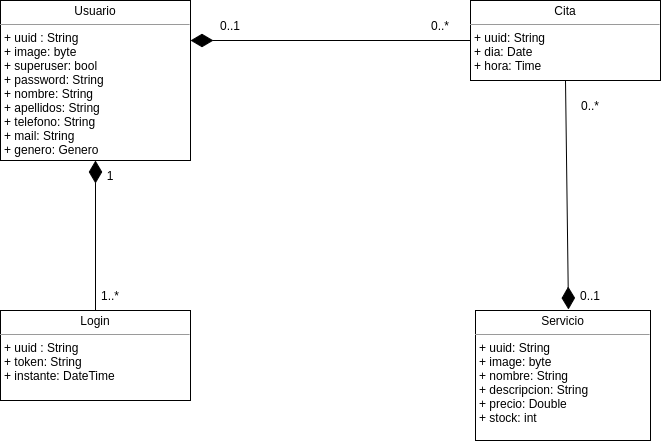
Above: Diagramas/peluqueria.png in Nerd-Geek/PeluqueriaDAM (draw.io), before the change. Source tidied: cells renumbered, new cells last; positions are measured from the earlier drawing's top-left corner, leaving out a move shared by most shapes.
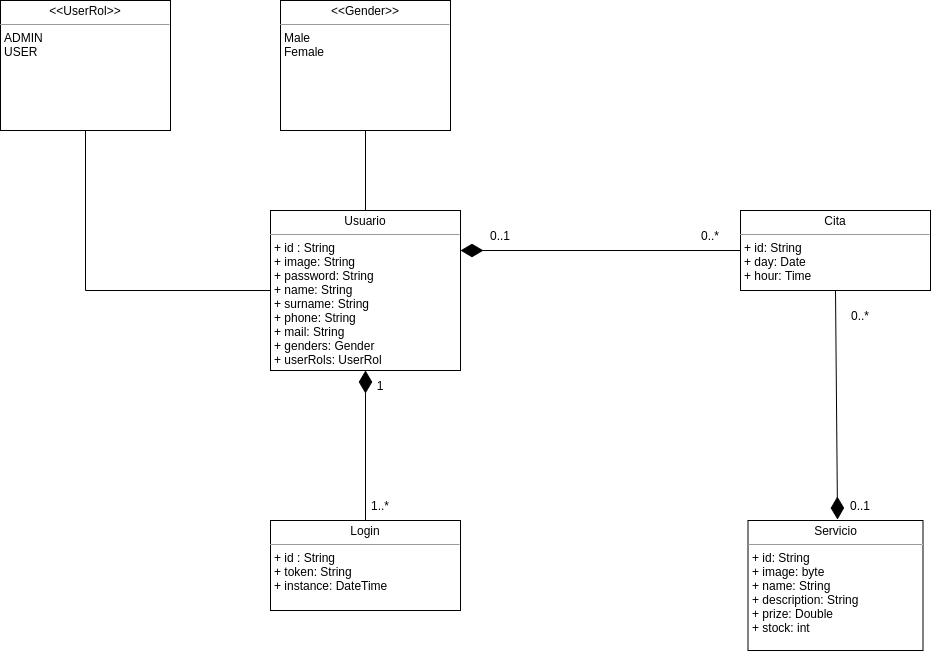
Later version of the same file.

Commit message:
Diagrama modificado

What changed in the source:
```diff
@@ -2,16 +2,16 @@
   <root>
     <mxCell id="0" />
     <mxCell id="1" parent="0" />
-    <mxCell id="2" value="&lt;p style=&quot;margin: 0px ; margin-top: 4px ; text-align: center&quot;&gt;Usuario&lt;/p&gt;&lt;hr size=&quot;1&quot;&gt;&lt;p style=&quot;margin: 0px ; margin-left: 4px&quot;&gt;+ uuid : String&lt;br&gt;&lt;/p&gt;&lt;p style=&quot;margin: 0px ; margin-left: 4px&quot;&gt;+ image: byte&lt;/p&gt;&lt;p style=&quot;margin: 0px ; margin-left: 4px&quot;&gt;+ superuser: bool&lt;/p&gt;&lt;p style=&quot;margin: 0px ; margin-left: 4px&quot;&gt;+ password: String&lt;/p&gt;&lt;p style=&quot;margin: 0px ; margin-left: 4px&quot;&gt;+ nombre: String&lt;/p&gt;&lt;p style=&quot;margin: 0px ; margin-left: 4px&quot;&gt;+ apellidos: String&lt;/p&gt;&lt;p style=&quot;margin: 0px ; margin-left: 4px&quot;&gt;+ telefono: String&lt;/p&gt;&lt;p style=&quot;margin: 0px ; margin-left: 4px&quot;&gt;+ mail: String&lt;/p&gt;&lt;p style=&quot;margin: 0px ; margin-left: 4px&quot;&gt;+ genero: Genero&lt;/p&gt;" style="verticalAlign=top;align=left;overflow=fill;fontSize=12;fontFamily=Helvetica;html=1;rounded=0;shadow=0;comic=0;labelBackgroundColor=none;strokeWidth=1;" parent="1" vertex="1">
+    <mxCell id="2" value="&lt;p style=&quot;margin: 0px ; margin-top: 4px ; text-align: center&quot;&gt;Usuario&lt;/p&gt;&lt;hr size=&quot;1&quot;&gt;&lt;p style=&quot;margin: 0px ; margin-left: 4px&quot;&gt;+ id : String&lt;br&gt;&lt;/p&gt;&lt;p style=&quot;margin: 0px ; margin-left: 4px&quot;&gt;+ image: String&lt;/p&gt;&lt;p style=&quot;margin: 0px ; margin-left: 4px&quot;&gt;+ password: String&lt;/p&gt;&lt;p style=&quot;margin: 0px ; margin-left: 4px&quot;&gt;+ name: String&lt;/p&gt;&lt;p style=&quot;margin: 0px ; margin-left: 4px&quot;&gt;+ surname: String&lt;/p&gt;&lt;p style=&quot;margin: 0px ; margin-left: 4px&quot;&gt;+ phone: String&lt;/p&gt;&lt;p style=&quot;margin: 0px ; margin-left: 4px&quot;&gt;+ mail: String&lt;/p&gt;&lt;p style=&quot;margin: 0px ; margin-left: 4px&quot;&gt;+ genders: Gender&lt;/p&gt;&lt;p style=&quot;margin: 0px ; margin-left: 4px&quot;&gt;+ userRols: UserRol&lt;/p&gt;" style="verticalAlign=top;align=left;overflow=fill;fontSize=12;fontFamily=Helvetica;html=1;rounded=0;shadow=0;comic=0;labelBackgroundColor=none;strokeWidth=1;" parent="1" vertex="1">
       <mxGeometry width="190" height="160" as="geometry" />
     </mxCell>
-    <mxCell id="3" value="&lt;p style=&quot;margin: 0px ; margin-top: 4px ; text-align: center&quot;&gt;Cita&lt;/p&gt;&lt;hr size=&quot;1&quot;&gt;&lt;p style=&quot;margin: 0px ; margin-left: 4px&quot;&gt;+ uuid: String&lt;/p&gt;&lt;p style=&quot;margin: 0px ; margin-left: 4px&quot;&gt;+ dia: Date&lt;/p&gt;&lt;p style=&quot;margin: 0px ; margin-left: 4px&quot;&gt;+ hora: Time&lt;/p&gt;" style="verticalAlign=top;align=left;overflow=fill;fontSize=12;fontFamily=Helvetica;html=1;rounded=0;shadow=0;comic=0;labelBackgroundColor=none;strokeWidth=1;" parent="1" vertex="1">
+    <mxCell id="3" value="&lt;p style=&quot;margin: 0px ; margin-top: 4px ; text-align: center&quot;&gt;Cita&lt;/p&gt;&lt;hr size=&quot;1&quot;&gt;&lt;p style=&quot;margin: 0px ; margin-left: 4px&quot;&gt;+ id: String&lt;/p&gt;&lt;p style=&quot;margin: 0px ; margin-left: 4px&quot;&gt;+ day: Date&lt;/p&gt;&lt;p style=&quot;margin: 0px ; margin-left: 4px&quot;&gt;+ hour: Time&lt;/p&gt;" style="verticalAlign=top;align=left;overflow=fill;fontSize=12;fontFamily=Helvetica;html=1;rounded=0;shadow=0;comic=0;labelBackgroundColor=none;strokeWidth=1;" parent="1" vertex="1">
       <mxGeometry x="470" width="190" height="80" as="geometry" />
     </mxCell>
-    <mxCell id="4" value="&lt;p style=&quot;margin: 0px ; margin-top: 4px ; text-align: center&quot;&gt;Servicio&lt;/p&gt;&lt;hr size=&quot;1&quot;&gt;&lt;p style=&quot;margin: 0px ; margin-left: 4px&quot;&gt;+ uuid: String&lt;/p&gt;&lt;p style=&quot;margin: 0px ; margin-left: 4px&quot;&gt;+ image: byte&lt;/p&gt;&lt;p style=&quot;margin: 0px ; margin-left: 4px&quot;&gt;+ nombre: String&lt;/p&gt;&lt;p style=&quot;margin: 0px ; margin-left: 4px&quot;&gt;+ descripcion: String&lt;/p&gt;&lt;p style=&quot;margin: 0px ; margin-left: 4px&quot;&gt;+ precio: Double&lt;/p&gt;&lt;p style=&quot;margin: 0px ; margin-left: 4px&quot;&gt;+ stock: int&lt;/p&gt;" style="verticalAlign=top;align=left;overflow=fill;fontSize=12;fontFamily=Helvetica;html=1;rounded=0;shadow=0;comic=0;labelBackgroundColor=none;strokeWidth=1;" parent="1" vertex="1">
-      <mxGeometry x="475" y="310" width="175" height="130" as="geometry" />
+    <mxCell id="4" value="&lt;p style=&quot;margin: 0px ; margin-top: 4px ; text-align: center&quot;&gt;Servicio&lt;/p&gt;&lt;hr size=&quot;1&quot;&gt;&lt;p style=&quot;margin: 0px ; margin-left: 4px&quot;&gt;+ id: String&lt;/p&gt;&lt;p style=&quot;margin: 0px ; margin-left: 4px&quot;&gt;+ image: byte&lt;/p&gt;&lt;p style=&quot;margin: 0px ; margin-left: 4px&quot;&gt;+ name: String&lt;/p&gt;&lt;p style=&quot;margin: 0px ; margin-left: 4px&quot;&gt;+ description: String&lt;/p&gt;&lt;p style=&quot;margin: 0px ; margin-left: 4px&quot;&gt;+ prize: Double&lt;/p&gt;&lt;p style=&quot;margin: 0px ; margin-left: 4px&quot;&gt;+ stock: int&lt;/p&gt;" style="verticalAlign=top;align=left;overflow=fill;fontSize=12;fontFamily=Helvetica;html=1;rounded=0;shadow=0;comic=0;labelBackgroundColor=none;strokeWidth=1;" parent="1" vertex="1">
+      <mxGeometry x="477.5" y="310" width="175" height="130" as="geometry" />
     </mxCell>
-    <mxCell id="5" value="&lt;p style=&quot;margin: 0px ; margin-top: 4px ; text-align: center&quot;&gt;Login&lt;/p&gt;&lt;hr size=&quot;1&quot;&gt;&lt;p style=&quot;margin: 0px ; margin-left: 4px&quot;&gt;+ uuid : String&lt;br&gt;&lt;/p&gt;&lt;p style=&quot;margin: 0px ; margin-left: 4px&quot;&gt;+ token: String&lt;/p&gt;&lt;p style=&quot;margin: 0px ; margin-left: 4px&quot;&gt;+ instante: DateTime&lt;/p&gt;" style="verticalAlign=top;align=left;overflow=fill;fontSize=12;fontFamily=Helvetica;html=1;rounded=0;shadow=0;comic=0;labelBackgroundColor=none;strokeWidth=1;" parent="1" vertex="1">
+    <mxCell id="5" value="&lt;p style=&quot;margin: 0px ; margin-top: 4px ; text-align: center&quot;&gt;Login&lt;/p&gt;&lt;hr size=&quot;1&quot;&gt;&lt;p style=&quot;margin: 0px ; margin-left: 4px&quot;&gt;+ id : String&lt;br&gt;&lt;/p&gt;&lt;p style=&quot;margin: 0px ; margin-left: 4px&quot;&gt;+ token: String&lt;/p&gt;&lt;p style=&quot;margin: 0px ; margin-left: 4px&quot;&gt;+ instance: DateTime&lt;/p&gt;" style="verticalAlign=top;align=left;overflow=fill;fontSize=12;fontFamily=Helvetica;html=1;rounded=0;shadow=0;comic=0;labelBackgroundColor=none;strokeWidth=1;" parent="1" vertex="1">
       <mxGeometry y="310" width="190" height="90" as="geometry" />
     </mxCell>
     <mxCell id="6" style="endArrow=diamondThin;html=1;rounded=0;entryX=0.5;entryY=1;entryDx=0;entryDy=0;exitX=0.5;exitY=0;exitDx=0;exitDy=0;endFill=1;endSize=20;" parent="1" edge="1" source="5" target="2">
@@ -32,7 +32,7 @@
     <mxCell id="11" value="0..*" style="text;html=1;strokeColor=none;fillColor=none;align=center;verticalAlign=middle;whiteSpace=wrap;rounded=0;" parent="1" vertex="1">
       <mxGeometry x="410" y="10" width="60" height="30" as="geometry" />
     </mxCell>
-    <mxCell id="12" style="endArrow=diamondThin;html=1;rounded=0;endSize=20;strokeWidth=1;entryX=0.133;entryY=0.967;entryDx=0;entryDy=0;exitX=0.5;exitY=1;exitDx=0;exitDy=0;entryPerimeter=0;endFill=1;" parent="1" edge="1" source="3" target="14">
+    <mxCell id="12" style="endArrow=diamondThin;html=1;rounded=0;endSize=20;strokeWidth=1;entryX=0.117;entryY=0.967;entryDx=0;entryDy=0;exitX=0.5;exitY=1;exitDx=0;exitDy=0;endFill=1;entryPerimeter=0;" parent="1" edge="1" source="3" target="14">
       <mxGeometry relative="1" as="geometry" />
     </mxCell>
     <mxCell id="13" value="0..*" style="text;html=1;strokeColor=none;fillColor=none;align=center;verticalAlign=middle;whiteSpace=wrap;rounded=0;" parent="1" vertex="1">
@@ -41,5 +41,21 @@
     <mxCell id="14" value="0..1" style="text;html=1;strokeColor=none;fillColor=none;align=center;verticalAlign=middle;whiteSpace=wrap;rounded=0;" parent="1" vertex="1">
       <mxGeometry x="560" y="280" width="60" height="30" as="geometry" />
     </mxCell>
+    <mxCell id="15" value="&lt;p style=&quot;margin: 0px ; margin-top: 4px ; text-align: center&quot;&gt;&amp;lt;&amp;lt;Gender&amp;gt;&amp;gt;&lt;/p&gt;&lt;hr size=&quot;1&quot;&gt;&lt;p style=&quot;margin: 0px ; margin-left: 4px&quot;&gt;Male&lt;/p&gt;&lt;p style=&quot;margin: 0px ; margin-left: 4px&quot;&gt;Female&lt;/p&gt;" style="verticalAlign=top;align=left;overflow=fill;fontSize=12;fontFamily=Helvetica;html=1;rounded=0;shadow=0;comic=0;labelBackgroundColor=none;strokeWidth=1;" parent="1" vertex="1">
+      <mxGeometry x="10" y="-210" width="170" height="130" as="geometry" />
+    </mxCell>
+    <mxCell id="16" style="endArrow=none;html=1;rounded=0;entryX=0.5;entryY=1;entryDx=0;entryDy=0;exitX=0.5;exitY=0;exitDx=0;exitDy=0;" parent="1" edge="1" source="2" target="15">
+      <mxGeometry relative="1" as="geometry" />
+    </mxCell>
+    <mxCell id="17" value="&lt;p style=&quot;margin: 0px ; margin-top: 4px ; text-align: center&quot;&gt;&amp;lt;&amp;lt;UserRol&lt;span&gt;&amp;gt;&amp;gt;&lt;/span&gt;&lt;/p&gt;&lt;hr size=&quot;1&quot;&gt;&lt;p style=&quot;margin: 0px ; margin-left: 4px&quot;&gt;ADMIN&lt;/p&gt;&lt;p style=&quot;margin: 0px ; margin-left: 4px&quot;&gt;USER&lt;/p&gt;" style="verticalAlign=top;align=left;overflow=fill;fontSize=12;fontFamily=Helvetica;html=1;rounded=0;shadow=0;comic=0;labelBackgroundColor=none;strokeWidth=1;" parent="1" vertex="1">
+      <mxGeometry x="-270" y="-210" width="170" height="130" as="geometry" />
+    </mxCell>
+    <mxCell id="18" style="endArrow=none;html=1;rounded=0;entryX=0.5;entryY=1;entryDx=0;entryDy=0;exitX=0;exitY=0.5;exitDx=0;exitDy=0;" parent="1" edge="1" source="2" target="17">
+      <mxGeometry relative="1" as="geometry">
+        <Array as="points">
+          <mxPoint x="-185" y="80" />
+        </Array>
+      </mxGeometry>
+    </mxCell>
   </root>
 </mxGraphModel>
```
